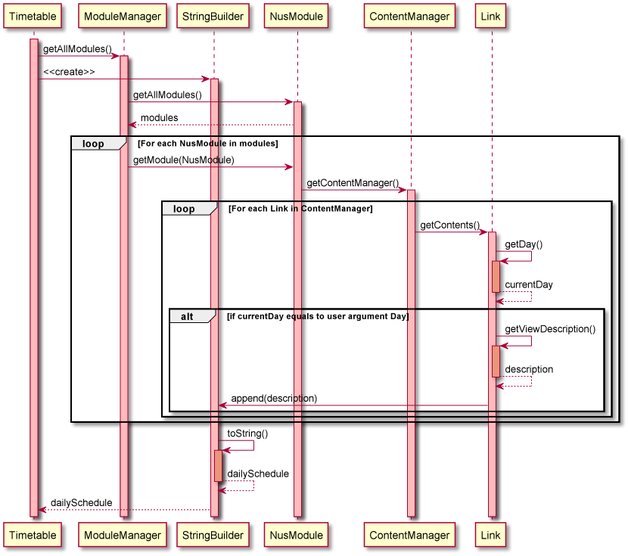
This is docs/attachments/Timetable.png from nus-cs2113-AY2122S1/tp, a PlantUML export, as it was before one commit. Its source is kept beside it as docs/uml/Timetable.puml.
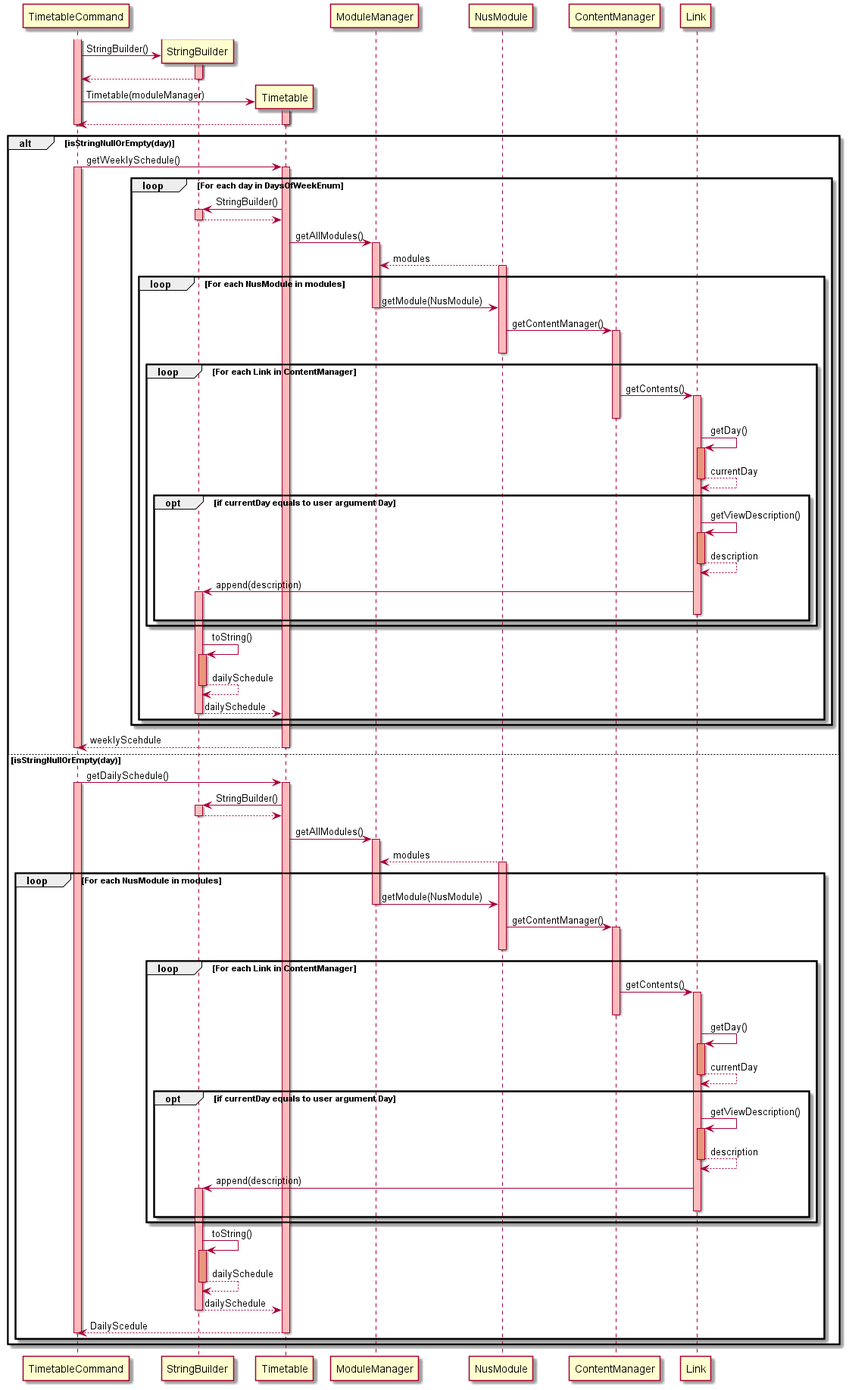
After the commit.

Commit message:
Update UML Sequence Diagram

Diff of the diagram source:
```diff
@@ -1,30 +1,58 @@
 @startuml
+Activate TimetableCommand #FFBBBB
+create StringBuilder
+TimetableCommand -> StringBuilder: StringBuilder()
+Activate StringBuilder #FFBBBB
+StringBuilder --> TimetableCommand
+Deactivate StringBuilder
+
+create Timetable
+TimetableCommand -> Timetable: Timetable(moduleManager)
 Activate Timetable #FFBBBB
+Timetable --> TimetableCommand
+Deactivate Timetable
+Deactivate TimetableCommand
+
+
+alt isStringNullOrEmpty(day)
+TimetableCommand -> Timetable: getWeeklySchedule()
+Activate TimetableCommand #FFBBBB
+Activate Timetable #FFBBBB
+
+loop For each day in DaysOfWeekEnum
+
+Timetable -> StringBuilder: StringBuilder()
+Activate StringBuilder #FFBBBB
+StringBuilder --> Timetable
+Deactivate StringBuilder
+
 Timetable -> ModuleManager: getAllModules()
 Activate ModuleManager #FFBBBB
-Timetable -> StringBuilder: <<create>>
-Activate StringBuilder #FFBBBB
-ModuleManager -> NusModule: getAllModules()
+NusModule --> ModuleManager: modules
 Activate NusModule #FFBBBB
-NusModule --> ModuleManager: modules
-
 
 loop For each NusModule in modules
     ModuleManager -> NusModule: getModule(NusModule)
 
+
+    Deactivate ModuleManager
+
     NusModule -> ContentManager : getContentManager()
+
     Activate ContentManager #FFBBBB
+    Deactivate NusModule
 
         loop For each Link in ContentManager
 
             ContentManager -> Link: getContents()
             Activate Link #FFBBBB
+            Deactivate ContentManager
 
             Link->Link: getDay()
             Activate Link #DarkSalmon
             Link --> Link: currentDay
 
-            alt if currentDay equals to user argument Day
+            opt if currentDay equals to user argument Day
             Deactivate Link
 
             Link -> Link: getViewDescription()
@@ -33,12 +61,91 @@
             Link --> Link: description
             Deactivate Link
             Link -> StringBuilder: append(description)
+            Activate StringBuilder #FFBBBB
+            Deactivate Link
         end
-end
+
 end
 StringBuilder -> StringBuilder: toString()
 Activate StringBuilder #DarkSalmon
 StringBuilder --> StringBuilder: dailySchedule
 Deactivate StringBuilder
 StringBuilder --> Timetable: dailySchedule
+Deactivate StringBuilder
+end
+end
+
+
+Timetable --> TimetableCommand: weeklyScehdule
+Deactivate Timetable
+Deactivate TimetableCommand
+
+
+else isStringNullOrEmpty(day)
+TimetableCommand -> Timetable: getDailySchedule()
+Activate TimetableCommand #FFBBBB
+Activate Timetable #FFBBBB
+
+Timetable -> StringBuilder: StringBuilder()
+Activate StringBuilder #FFBBBB
+StringBuilder --> Timetable
+Deactivate StringBuilder
+
+Timetable -> ModuleManager: getAllModules()
+Activate ModuleManager #FFBBBB
+NusModule --> ModuleManager: modules
+Activate NusModule #FFBBBB
+
+loop For each NusModule in modules
+    ModuleManager -> NusModule: getModule(NusModule)
+
+
+    Deactivate ModuleManager
+
+    NusModule -> ContentManager : getContentManager()
+
+    Activate ContentManager #FFBBBB
+    Deactivate NusModule
+
+        loop For each Link in ContentManager
+
+            ContentManager -> Link: getContents()
+            Activate Link #FFBBBB
+            Deactivate ContentManager
+
+            Link->Link: getDay()
+            Activate Link #DarkSalmon
+            Link --> Link: currentDay
+
+            opt if currentDay equals to user argument Day
+            Deactivate Link
+
+            Link -> Link: getViewDescription()
+            Activate Link #DarkSalmon
+
+            Link --> Link: description
+            Deactivate Link
+            Link -> StringBuilder: append(description)
+            Activate StringBuilder #FFBBBB
+            Deactivate Link
+        end
+
+end
+StringBuilder -> StringBuilder: toString()
+Activate StringBuilder #DarkSalmon
+StringBuilder --> StringBuilder: dailySchedule
+Deactivate StringBuilder
+StringBuilder --> Timetable: dailySchedule
+Deactivate StringBuilder
+Timetable --> TimetableCommand: DailyScedule
+Deactivate Timetable
+Deactivate TimetableCommand
+end
+
+
+
+
+
+end
+
 @enduml
```
